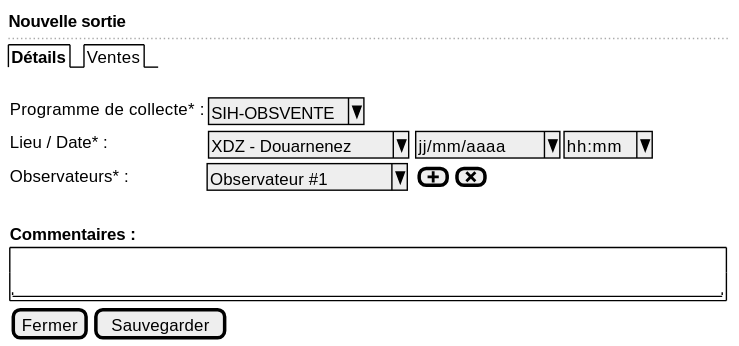
Above: projects/obsvente/spe/images/observed-location-new.svg in sumaris-net/sumaris-doc (PlantUML), before the change.
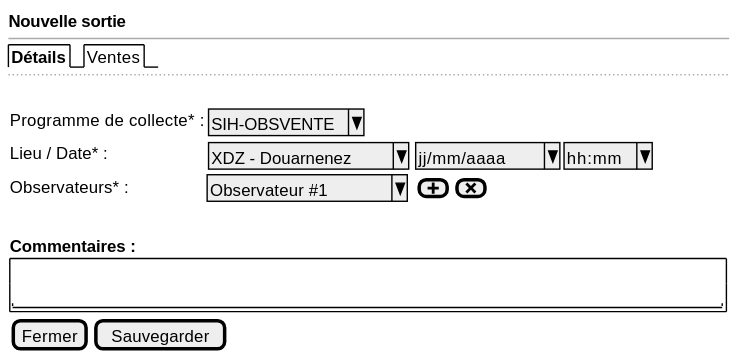
The same file after the commit.

What changed in the source:
```diff
@@ -1,8 +1,9 @@
 @startsalt
 {
   <b>Nouvelle sortie
+  --
+  {/ <b>Détails | Ventes }
   ..
-  {/ <b>Détails | Ventes }
   .
   {
 
```
